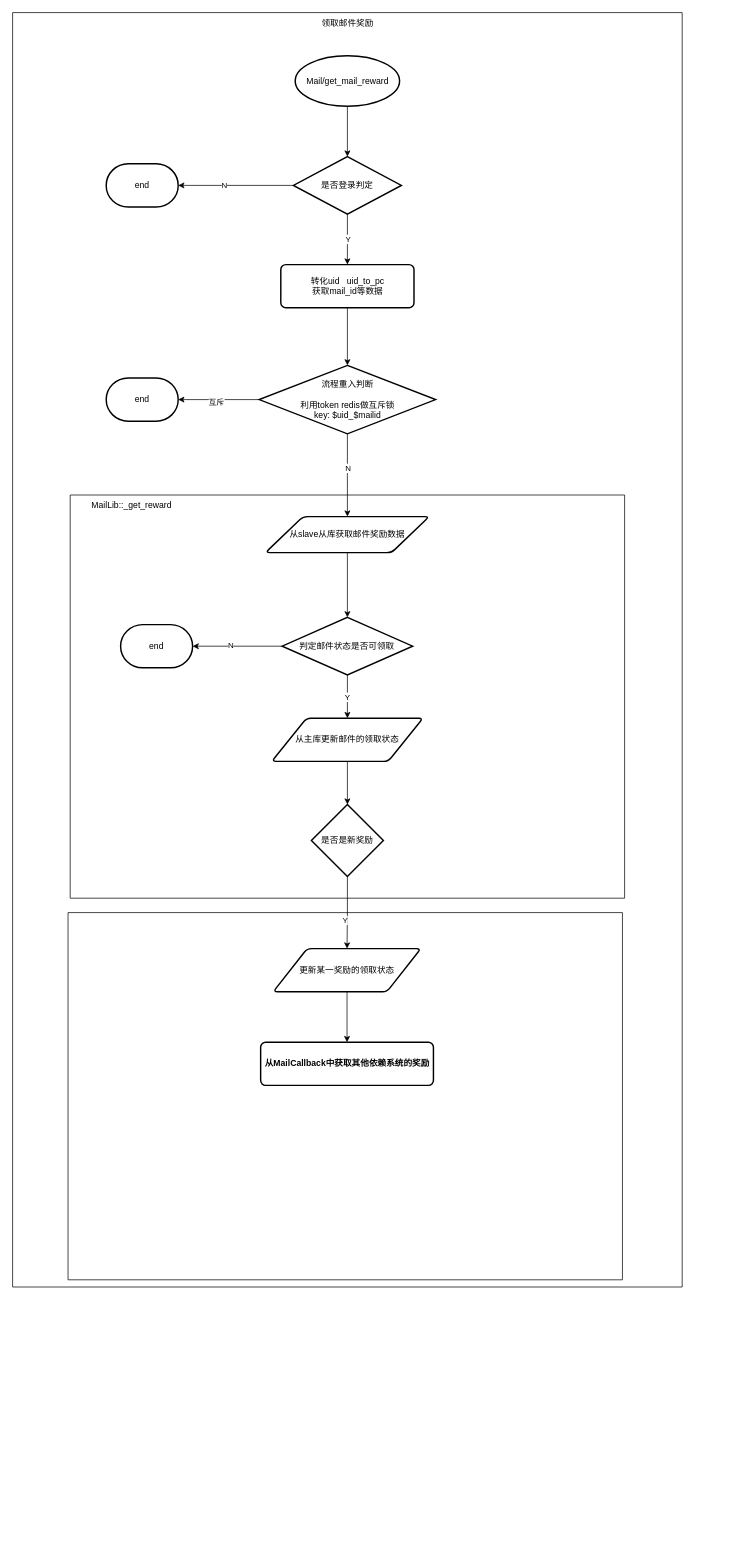
Earlier version of the draw.io diagram page "邮件系统" (4 of 4) of 网易/MC业务.drawio (Jacob0407/Diagram). Source tidied: cells renumbered, new cells numbered last; positions are measured from the earlier drawing's top-left corner, leaving out a move shared by most shapes. Both pictures are drawn from the tidied source at 72%, with x=0, y=0 at pixel (12, 12).
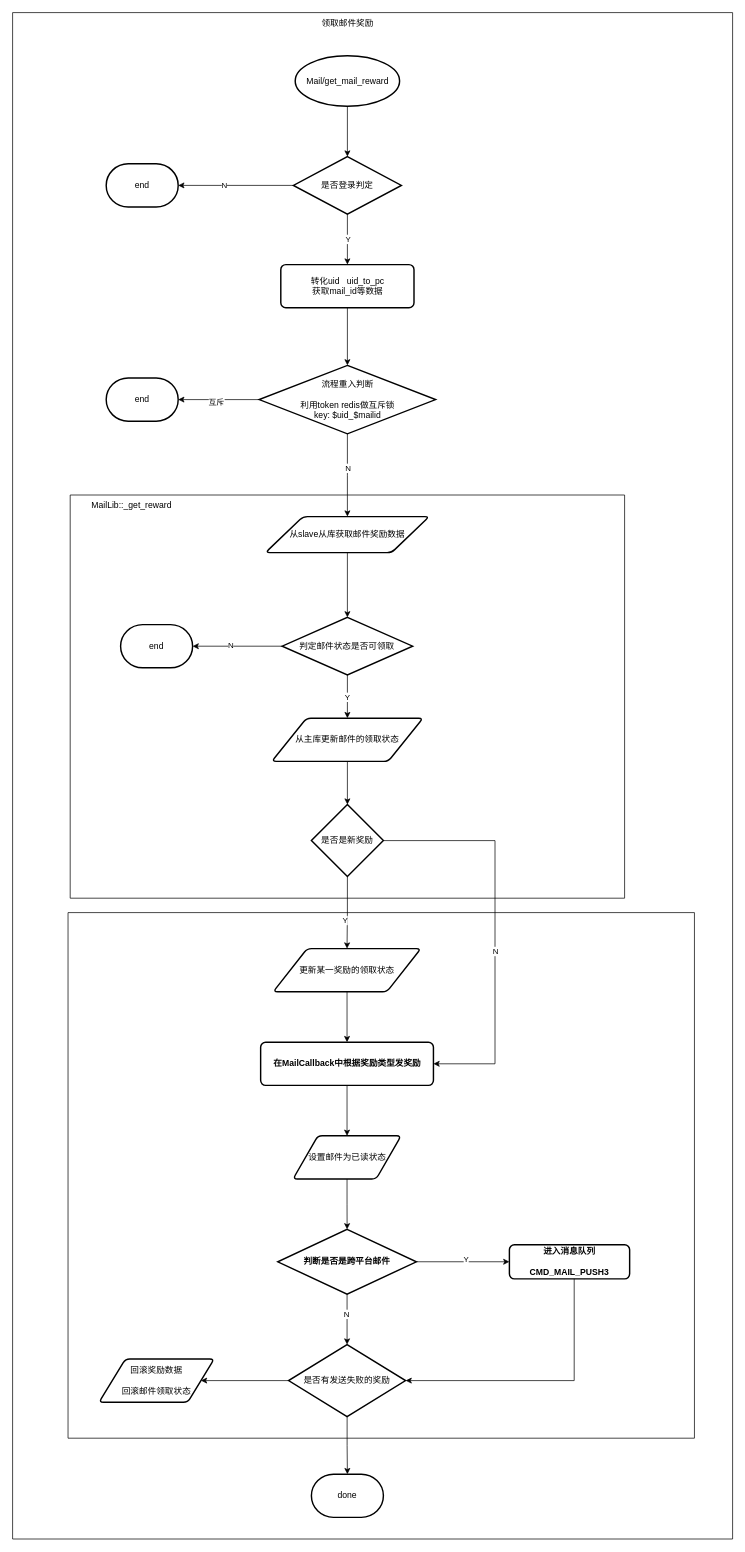
After the change.

Commit message:
更新MC业务-领取邮件奖励.drawio

Unchanged cells that the change refers to:
```xml
<mxCell id="31" value="是否是新奖励" style="strokeWidth=2;html=1;shape=mxgraph.flowchart.decision;whiteSpace=wrap;" parent="19" vertex="1">
  <mxGeometry x="335" y="430" width="100" height="100" as="geometry" />
</mxCell>
```

The edit, as a diff of the source:
```diff
@@
     <mxCell id="2" style="swimlane;startSize=0;" parent="1" vertex="1">
-      <mxGeometry width="930" height="1770" as="geometry" />
+      <mxGeometry width="1000" height="2120" as="geometry" />
     </mxCell>
@@
-    <mxCell id="33" style="swimlane;startSize=0;" parent="2" vertex="1">
-      <mxGeometry x="77" y="1250" width="770" height="510" as="geometry" />
+    <mxCell id="33" style="swimlane;startSize=0;fontStyle=0;" parent="2" vertex="1">
+      <mxGeometry x="77" y="1250" width="870" height="730" as="geometry" />
     </mxCell>
@@
+    <mxCell id="39" style="edgeStyle=orthogonalEdgeStyle;rounded=0;jettySize=auto;html=1;" parent="33" edge="1" source="36" target="41">
+      <mxGeometry relative="1" as="geometry" />
+    </mxCell>
-    <mxCell id="36" value="&lt;b&gt;从MailCallback中获取其他依赖系统的奖励&lt;/b&gt;" style="rounded=1;whiteSpace=wrap;html=1;absoluteArcSize=1;arcSize=14;strokeWidth=2;" parent="33" vertex="1">
+    <mxCell id="36" value="&lt;b&gt;在MailCallback中根据奖励类型发奖励&lt;/b&gt;" style="rounded=1;whiteSpace=wrap;html=1;absoluteArcSize=1;arcSize=14;strokeWidth=2;" parent="33" vertex="1">
       <mxGeometry x="267.5" y="180" width="240" height="60" as="geometry" />
     </mxCell>
+    <mxCell id="40" style="edgeStyle=orthogonalEdgeStyle;rounded=0;jettySize=auto;html=1;" parent="33" edge="1" source="41" target="46">
+      <mxGeometry relative="1" as="geometry" />
+    </mxCell>
+    <mxCell id="41" value="设置邮件为已读状态" style="shape=parallelogram;html=1;strokeWidth=2;perimeter=parallelogramPerimeter;whiteSpace=wrap;rounded=1;arcSize=12;size=0.23;" parent="33" vertex="1">
+      <mxGeometry x="312.5" y="310" width="150" height="60" as="geometry" />
+    </mxCell>
+    <mxCell id="42" style="edgeStyle=orthogonalEdgeStyle;rounded=0;jettySize=auto;html=1;entryX=0;entryY=0.5;entryDx=0;entryDy=0;" parent="33" edge="1" source="46" target="47">
+      <mxGeometry relative="1" as="geometry" />
+    </mxCell>
+    <mxCell id="43" value="Y" style="edgeLabel;html=1;align=center;verticalAlign=middle;" parent="42" vertex="1">
+      <mxGeometry x="0.07" y="3" relative="1" as="geometry" />
+    </mxCell>
+    <mxCell id="44" style="edgeStyle=orthogonalEdgeStyle;rounded=0;jettySize=auto;html=1;" parent="33" edge="1" source="46" target="49">
+      <mxGeometry relative="1" as="geometry" />
+    </mxCell>
+    <mxCell id="45" value="N" style="edgeLabel;html=1;align=center;verticalAlign=middle;" parent="44" vertex="1">
+      <mxGeometry x="-0.23" y="-1" relative="1" as="geometry" />
+    </mxCell>
+    <mxCell id="46" value="&lt;b&gt;判断是否是跨平台邮件&lt;/b&gt;" style="strokeWidth=2;html=1;shape=mxgraph.flowchart.decision;whiteSpace=wrap;" parent="33" vertex="1">
+      <mxGeometry x="291.3" y="440" width="192.5" height="90" as="geometry" />
+    </mxCell>
+    <mxCell id="47" value="进入消息队列&lt;br&gt;&lt;br&gt;CMD_MAIL_PUSH3" style="rounded=1;whiteSpace=wrap;html=1;absoluteArcSize=1;arcSize=14;strokeWidth=2;fontStyle=1;" parent="33" vertex="1">
+      <mxGeometry x="613" y="461.2" width="167" height="47.5" as="geometry" />
+    </mxCell>
+    <mxCell id="48" style="edgeStyle=orthogonalEdgeStyle;rounded=0;jettySize=auto;html=1;" parent="33" edge="1" source="49" target="51">
+      <mxGeometry relative="1" as="geometry" />
+    </mxCell>
+    <mxCell id="49" value="是否有发送失败的奖励" style="strokeWidth=2;html=1;shape=mxgraph.flowchart.decision;whiteSpace=wrap;" parent="33" vertex="1">
+      <mxGeometry x="306.3" y="600" width="162.5" height="100" as="geometry" />
+    </mxCell>
+    <mxCell id="50" style="edgeStyle=orthogonalEdgeStyle;rounded=0;jettySize=auto;html=1;entryX=1;entryY=0.5;entryDx=0;entryDy=0;entryPerimeter=0;" parent="33" edge="1" source="47" target="49">
+      <mxGeometry relative="1" as="geometry">
+        <Array as="points">
+          <mxPoint x="703" y="650" />
+        </Array>
+      </mxGeometry>
+    </mxCell>
+    <mxCell id="51" value="回滚奖励数据&lt;br&gt;&lt;br&gt;回滚邮件领取状态" style="shape=parallelogram;html=1;strokeWidth=2;perimeter=parallelogramPerimeter;whiteSpace=wrap;rounded=1;arcSize=12;size=0.23;" parent="33" vertex="1">
+      <mxGeometry x="43" y="620" width="160" height="60" as="geometry" />
+    </mxCell>
@@
+    <mxCell id="52" value="done" style="strokeWidth=2;html=1;shape=mxgraph.flowchart.terminator;whiteSpace=wrap;" parent="2" vertex="1">
+      <mxGeometry x="415" y="2030" width="100" height="60" as="geometry" />
+    </mxCell>
+    <mxCell id="53" style="edgeStyle=orthogonalEdgeStyle;rounded=0;jettySize=auto;html=1;" parent="2" edge="1" source="49" target="52">
+      <mxGeometry relative="1" as="geometry" />
+    </mxCell>
+    <mxCell id="54" style="edgeStyle=orthogonalEdgeStyle;rounded=0;jettySize=auto;html=1;entryX=1;entryY=0.5;entryDx=0;entryDy=0;" parent="2" edge="1" source="31" target="36">
+      <mxGeometry relative="1" as="geometry">
+        <Array as="points">
+          <mxPoint x="670" y="1150" />
+          <mxPoint x="670" y="1460" />
+        </Array>
+      </mxGeometry>
+    </mxCell>
+    <mxCell id="55" value="N" style="edgeLabel;html=1;align=center;verticalAlign=middle;" parent="54" vertex="1">
+      <mxGeometry x="0.12" relative="1" as="geometry" />
+    </mxCell>
```
